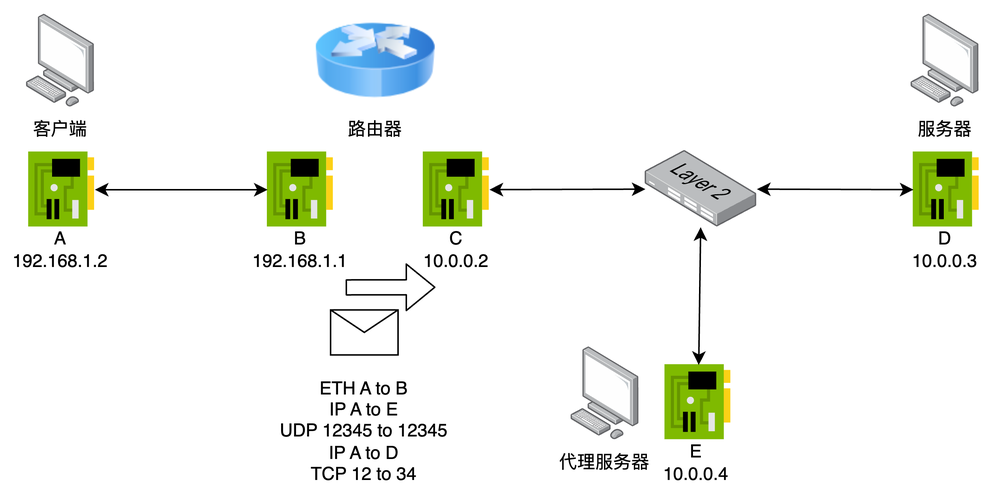
This is example_step6.png from N2Sys-EDU/Lab3-Documentation, a draw.io export, as it was before one commit. Source tidied: cells renumbered, new cells last; positions are measured from the earlier drawing's top-left corner, leaving out a move shared by most shapes. Its diagram source:
```xml
<mxGraphModel>
  <root>
    <mxCell id="0" />
    <mxCell id="1" parent="0" />
    <mxCell id="2" style="image;html=1;image=img/lib/clip_art/networking/Router_Icon_128x128.png;" parent="1" vertex="1">
      <mxGeometry x="210" y="0.1" width="80" height="80" as="geometry" />
    </mxCell>
    <mxCell id="3" style="html=1;align=center;shadow=0;dashed=0;image;image=img/lib/allied_telesis/computer_and_terminals/Personal_Computer.svg;" parent="1" vertex="1">
      <mxGeometry x="17.2" y="9.2" width="45.6" height="61.8" as="geometry" />
    </mxCell>
    <mxCell id="4" value="客户端" style="text;html=1;strokeColor=none;fillColor=none;align=center;verticalAlign=middle;whiteSpace=wrap;rounded=0;" parent="1" vertex="1">
      <mxGeometry y="71" width="80" height="30" as="geometry" />
    </mxCell>
    <mxCell id="5" style="sketch=0;html=1;points=[];align=center;image;fontSize=12;image=img/lib/mscae/NetworkInterfaceCard.svg;" parent="1" vertex="1">
      <mxGeometry x="178" y="101" width="44" height="50" as="geometry" />
    </mxCell>
    <mxCell id="6" style="sketch=0;html=1;points=[];align=center;image;fontSize=12;image=img/lib/mscae/NetworkInterfaceCard.svg;" parent="1" vertex="1">
      <mxGeometry x="18.8" y="101" width="44" height="50" as="geometry" />
    </mxCell>
    <mxCell id="7" value="A&lt;br&gt;192.168.1.2" style="text;html=1;strokeColor=none;fillColor=none;align=center;verticalAlign=middle;whiteSpace=wrap;rounded=0;" parent="1" vertex="1">
      <mxGeometry y="151" width="80" height="30" as="geometry" />
    </mxCell>
    <mxCell id="8" value="路由器" style="text;html=1;strokeColor=none;fillColor=none;align=center;verticalAlign=middle;whiteSpace=wrap;rounded=0;" parent="1" vertex="1">
      <mxGeometry x="210" y="71" width="80" height="30" as="geometry" />
    </mxCell>
    <mxCell id="9" value="B&lt;br&gt;192.168.1.1" style="text;html=1;strokeColor=none;fillColor=none;align=center;verticalAlign=middle;whiteSpace=wrap;rounded=0;" parent="1" vertex="1">
      <mxGeometry x="160" y="151" width="80" height="30" as="geometry" />
    </mxCell>
    <mxCell id="10" style="endArrow=classic;startArrow=classic;html=1;" parent="1" edge="1" source="6" target="5">
      <mxGeometry relative="1" as="geometry" />
    </mxCell>
    <mxCell id="11" style="sketch=0;html=1;points=[];align=center;image;fontSize=12;image=img/lib/mscae/NetworkInterfaceCard.svg;" parent="1" vertex="1">
      <mxGeometry x="282" y="101" width="44" height="50" as="geometry" />
    </mxCell>
    <mxCell id="12" value="C&lt;br&gt;10.0.0.2" style="text;html=1;strokeColor=none;fillColor=none;align=center;verticalAlign=middle;whiteSpace=wrap;rounded=0;" parent="1" vertex="1">
      <mxGeometry x="264" y="151" width="80" height="30" as="geometry" />
    </mxCell>
    <mxCell id="13" style="html=1;align=center;shadow=0;dashed=0;image;image=img/lib/allied_telesis/computer_and_terminals/Personal_Computer.svg;" parent="1" vertex="1">
      <mxGeometry x="607.2" y="9.2" width="45.6" height="61.8" as="geometry" />
    </mxCell>
    <mxCell id="14" value="服务器" style="text;html=1;strokeColor=none;fillColor=none;align=center;verticalAlign=middle;whiteSpace=wrap;rounded=0;" parent="1" vertex="1">
      <mxGeometry x="590" y="71" width="80" height="30" as="geometry" />
    </mxCell>
    <mxCell id="15" style="sketch=0;html=1;points=[];align=center;image;fontSize=12;image=img/lib/mscae/NetworkInterfaceCard.svg;" parent="1" vertex="1">
      <mxGeometry x="608.8" y="101" width="44" height="50" as="geometry" />
    </mxCell>
    <mxCell id="16" value="D&lt;br&gt;10.0.0.3" style="text;html=1;strokeColor=none;fillColor=none;align=center;verticalAlign=middle;whiteSpace=wrap;rounded=0;" parent="1" vertex="1">
      <mxGeometry x="590" y="151" width="80" height="30" as="geometry" />
    </mxCell>
    <mxCell id="17" style="endArrow=classic;startArrow=classic;html=1;" parent="1" edge="1" source="11" target="18">
      <mxGeometry relative="1" as="geometry" />
    </mxCell>
    <mxCell id="18" style="points=[];html=1;align=center;shadow=0;dashed=0;image;image=img/lib/allied_telesis/switch/Switch_24_port_L2.svg;" parent="1" vertex="1">
      <mxGeometry x="430" y="100" width="74.4" height="51" as="geometry" />
    </mxCell>
    <mxCell id="19" style="endArrow=classic;startArrow=classic;html=1;" parent="1" edge="1" source="18" target="15">
      <mxGeometry relative="1" as="geometry" />
    </mxCell>
    <mxCell id="20" style="html=1;align=center;shadow=0;dashed=0;image;image=img/lib/allied_telesis/computer_and_terminals/Personal_Computer.svg;" parent="1" vertex="1">
      <mxGeometry x="380.4" y="231" width="45.6" height="61.8" as="geometry" />
    </mxCell>
    <mxCell id="21" value="代理服务器" style="text;html=1;strokeColor=none;fillColor=none;align=center;verticalAlign=middle;whiteSpace=wrap;rounded=0;" parent="1" vertex="1">
      <mxGeometry x="363.2" y="292.8" width="80" height="30" as="geometry" />
    </mxCell>
    <mxCell id="22" style="sketch=0;html=1;points=[];align=center;image;fontSize=12;image=img/lib/mscae/NetworkInterfaceCard.svg;" parent="1" vertex="1">
      <mxGeometry x="443.2" y="242.8" width="44" height="50" as="geometry" />
    </mxCell>
    <mxCell id="23" value="E&lt;br&gt;10.0.0.4" style="text;html=1;strokeColor=none;fillColor=none;align=center;verticalAlign=middle;whiteSpace=wrap;rounded=0;" parent="1" vertex="1">
      <mxGeometry x="424.4" y="292.8" width="80" height="30" as="geometry" />
    </mxCell>
    <mxCell id="24" style="endArrow=classic;startArrow=classic;html=1;" parent="1" edge="1" source="18" target="22">
      <mxGeometry relative="1" as="geometry" />
    </mxCell>
    <mxCell id="25" style="shape=message;html=1;html=1;labelPosition=center;verticalLabelPosition=bottom;align=center;verticalAlign=top;" parent="1" vertex="1">
      <mxGeometry x="220" y="206.1" width="45" height="30" as="geometry" />
    </mxCell>
    <mxCell id="26" style="shape=flexArrow;endArrow=classic;html=1;" parent="1" edge="1">
      <mxGeometry relative="1" as="geometry">
        <mxPoint x="230" y="191.1" as="sourcePoint" />
        <mxPoint x="290" y="191" as="targetPoint" />
      </mxGeometry>
    </mxCell>
    <mxCell id="27" value="ETH A to B&lt;br&gt;IP A to E&lt;br&gt;UDP 12345 to 12345&lt;br&gt;IP A to D&lt;br&gt;TCP 12 to 34" style="text;html=1;strokeColor=none;fillColor=none;align=center;verticalAlign=middle;whiteSpace=wrap;rounded=0;" parent="1" vertex="1">
      <mxGeometry x="181.9" y="242.8" width="121.2" height="88.2" as="geometry" />
    </mxCell>
  </root>
</mxGraphModel>
```
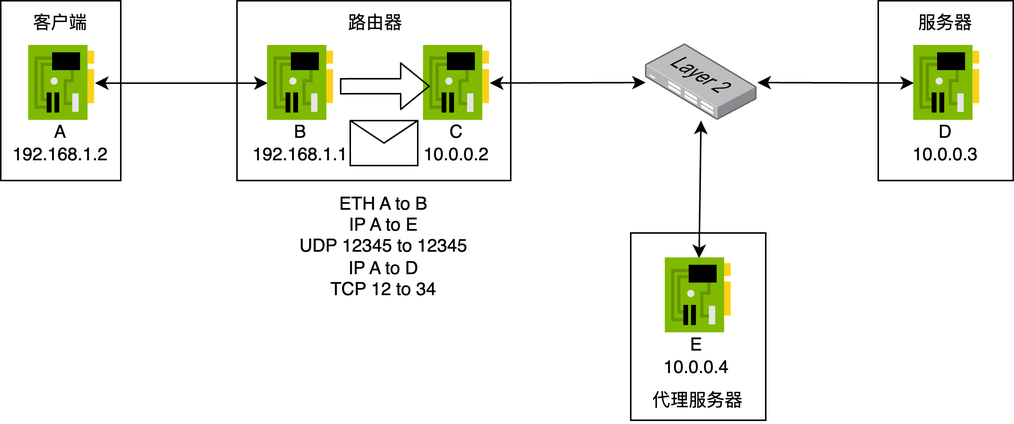
The same diagram one commit later.

What changed in the source:
```diff
@@ -2,21 +2,27 @@
   <root>
     <mxCell id="0" />
     <mxCell id="1" parent="0" />
-    <mxCell id="2" style="image;html=1;image=img/lib/clip_art/networking/Router_Icon_128x128.png;" parent="1" vertex="1">
-      <mxGeometry x="210" y="0.1" width="80" height="80" as="geometry" />
-    </mxCell>
-    <mxCell id="3" style="html=1;align=center;shadow=0;dashed=0;image;image=img/lib/allied_telesis/computer_and_terminals/Personal_Computer.svg;" parent="1" vertex="1">
-      <mxGeometry x="17.2" y="9.2" width="45.6" height="61.8" as="geometry" />
-    </mxCell>
+    <mxCell id="28" style="rounded=0;whiteSpace=wrap;html=1;" parent="1" vertex="1">
+      <mxGeometry x="585" y="71" width="90" height="120" as="geometry" />
+    </mxCell>
+    <mxCell id="29" style="rounded=0;whiteSpace=wrap;html=1;" parent="1" vertex="1">
+      <mxGeometry x="420" y="226" width="90" height="125" as="geometry" />
+    </mxCell>
+    <mxCell id="30" style="rounded=0;whiteSpace=wrap;html=1;" parent="1" vertex="1">
+      <mxGeometry x="157.5" y="71" width="182.5" height="120" as="geometry" />
+    </mxCell>
+    <mxCell id="31" style="rounded=0;whiteSpace=wrap;html=1;" parent="1" vertex="1">
+      <mxGeometry y="71" width="80" height="120" as="geometry" />
+    </mxCell>
     <mxCell id="4" value="客户端" style="text;html=1;strokeColor=none;fillColor=none;align=center;verticalAlign=middle;whiteSpace=wrap;rounded=0;" parent="1" vertex="1">
       <mxGeometry y="71" width="80" height="30" as="geometry" />
     </mxCell>
-    <mxCell id="5" style="sketch=0;html=1;points=[];align=center;image;fontSize=12;image=img/lib/mscae/NetworkInterfaceCard.svg;" parent="1" vertex="1">
-      <mxGeometry x="178" y="101" width="44" height="50" as="geometry" />
-    </mxCell>
-    <mxCell id="6" style="sketch=0;html=1;points=[];align=center;image;fontSize=12;image=img/lib/mscae/NetworkInterfaceCard.svg;" parent="1" vertex="1">
-      <mxGeometry x="18.8" y="101" width="44" height="50" as="geometry" />
-    </mxCell>
+    <mxCell id="32" style="sketch=0;html=1;points=[];align=center;image;fontSize=12;image=img/lib/mscae/NetworkInterfaceCard.svg;" parent="1" vertex="1">
+      <mxGeometry x="178" y="101" width="44" height="50" as="geometry" />
+    </mxCell>
+    <mxCell id="33" style="sketch=0;html=1;points=[];align=center;image;fontSize=12;image=img/lib/mscae/NetworkInterfaceCard.svg;" parent="1" vertex="1">
+      <mxGeometry x="18.8" y="101" width="44" height="50" as="geometry" />
+    </mxCell>
     <mxCell id="7" value="A&lt;br&gt;192.168.1.2" style="text;html=1;strokeColor=none;fillColor=none;align=center;verticalAlign=middle;whiteSpace=wrap;rounded=0;" parent="1" vertex="1">
       <mxGeometry y="151" width="80" height="30" as="geometry" />
     </mxCell>
@@ -26,62 +32,56 @@
     <mxCell id="9" value="B&lt;br&gt;192.168.1.1" style="text;html=1;strokeColor=none;fillColor=none;align=center;verticalAlign=middle;whiteSpace=wrap;rounded=0;" parent="1" vertex="1">
       <mxGeometry x="160" y="151" width="80" height="30" as="geometry" />
     </mxCell>
-    <mxCell id="10" style="endArrow=classic;startArrow=classic;html=1;" parent="1" edge="1" source="6" target="5">
-      <mxGeometry relative="1" as="geometry" />
-    </mxCell>
-    <mxCell id="11" style="sketch=0;html=1;points=[];align=center;image;fontSize=12;image=img/lib/mscae/NetworkInterfaceCard.svg;" parent="1" vertex="1">
-      <mxGeometry x="282" y="101" width="44" height="50" as="geometry" />
-    </mxCell>
+    <mxCell id="34" style="endArrow=classic;startArrow=classic;html=1;" parent="1" edge="1" source="33" target="32">
+      <mxGeometry relative="1" as="geometry" />
+    </mxCell>
+    <mxCell id="35" style="sketch=0;html=1;points=[];align=center;image;fontSize=12;image=img/lib/mscae/NetworkInterfaceCard.svg;" parent="1" vertex="1">
+      <mxGeometry x="282" y="101" width="44" height="50" as="geometry" />
+    </mxCell>
     <mxCell id="12" value="C&lt;br&gt;10.0.0.2" style="text;html=1;strokeColor=none;fillColor=none;align=center;verticalAlign=middle;whiteSpace=wrap;rounded=0;" parent="1" vertex="1">
       <mxGeometry x="264" y="151" width="80" height="30" as="geometry" />
     </mxCell>
-    <mxCell id="13" style="html=1;align=center;shadow=0;dashed=0;image;image=img/lib/allied_telesis/computer_and_terminals/Personal_Computer.svg;" parent="1" vertex="1">
-      <mxGeometry x="607.2" y="9.2" width="45.6" height="61.8" as="geometry" />
-    </mxCell>
     <mxCell id="14" value="服务器" style="text;html=1;strokeColor=none;fillColor=none;align=center;verticalAlign=middle;whiteSpace=wrap;rounded=0;" parent="1" vertex="1">
       <mxGeometry x="590" y="71" width="80" height="30" as="geometry" />
     </mxCell>
-    <mxCell id="15" style="sketch=0;html=1;points=[];align=center;image;fontSize=12;image=img/lib/mscae/NetworkInterfaceCard.svg;" parent="1" vertex="1">
-      <mxGeometry x="608.8" y="101" width="44" height="50" as="geometry" />
-    </mxCell>
+    <mxCell id="36" style="sketch=0;html=1;points=[];align=center;image;fontSize=12;image=img/lib/mscae/NetworkInterfaceCard.svg;" parent="1" vertex="1">
+      <mxGeometry x="608.8" y="101" width="44" height="50" as="geometry" />
+    </mxCell>
     <mxCell id="16" value="D&lt;br&gt;10.0.0.3" style="text;html=1;strokeColor=none;fillColor=none;align=center;verticalAlign=middle;whiteSpace=wrap;rounded=0;" parent="1" vertex="1">
       <mxGeometry x="590" y="151" width="80" height="30" as="geometry" />
     </mxCell>
-    <mxCell id="17" style="endArrow=classic;startArrow=classic;html=1;" parent="1" edge="1" source="11" target="18">
-      <mxGeometry relative="1" as="geometry" />
-    </mxCell>
-    <mxCell id="18" style="points=[];html=1;align=center;shadow=0;dashed=0;image;image=img/lib/allied_telesis/switch/Switch_24_port_L2.svg;" parent="1" vertex="1">
-      <mxGeometry x="430" y="100" width="74.4" height="51" as="geometry" />
-    </mxCell>
-    <mxCell id="19" style="endArrow=classic;startArrow=classic;html=1;" parent="1" edge="1" source="18" target="15">
-      <mxGeometry relative="1" as="geometry" />
-    </mxCell>
-    <mxCell id="20" style="html=1;align=center;shadow=0;dashed=0;image;image=img/lib/allied_telesis/computer_and_terminals/Personal_Computer.svg;" parent="1" vertex="1">
-      <mxGeometry x="380.4" y="231" width="45.6" height="61.8" as="geometry" />
-    </mxCell>
+    <mxCell id="37" style="endArrow=classic;startArrow=classic;html=1;" parent="1" edge="1" source="35" target="38">
+      <mxGeometry relative="1" as="geometry" />
+    </mxCell>
+    <mxCell id="38" style="points=[];html=1;align=center;shadow=0;dashed=0;image;image=img/lib/allied_telesis/switch/Switch_24_port_L2.svg;" parent="1" vertex="1">
+      <mxGeometry x="430" y="100" width="74.4" height="51" as="geometry" />
+    </mxCell>
+    <mxCell id="39" style="endArrow=classic;startArrow=classic;html=1;" parent="1" edge="1" source="38" target="36">
+      <mxGeometry relative="1" as="geometry" />
+    </mxCell>
     <mxCell id="21" value="代理服务器" style="text;html=1;strokeColor=none;fillColor=none;align=center;verticalAlign=middle;whiteSpace=wrap;rounded=0;" parent="1" vertex="1">
-      <mxGeometry x="363.2" y="292.8" width="80" height="30" as="geometry" />
+      <mxGeometry x="425.2" y="322.8" width="80" height="30" as="geometry" />
     </mxCell>
-    <mxCell id="22" style="sketch=0;html=1;points=[];align=center;image;fontSize=12;image=img/lib/mscae/NetworkInterfaceCard.svg;" parent="1" vertex="1">
-      <mxGeometry x="443.2" y="242.8" width="44" height="50" as="geometry" />
-    </mxCell>
+    <mxCell id="40" style="sketch=0;html=1;points=[];align=center;image;fontSize=12;image=img/lib/mscae/NetworkInterfaceCard.svg;" parent="1" vertex="1">
+      <mxGeometry x="443.2" y="242.8" width="44" height="50" as="geometry" />
+    </mxCell>
     <mxCell id="23" value="E&lt;br&gt;10.0.0.4" style="text;html=1;strokeColor=none;fillColor=none;align=center;verticalAlign=middle;whiteSpace=wrap;rounded=0;" parent="1" vertex="1">
       <mxGeometry x="424.4" y="292.8" width="80" height="30" as="geometry" />
     </mxCell>
-    <mxCell id="24" style="endArrow=classic;startArrow=classic;html=1;" parent="1" edge="1" source="18" target="22">
-      <mxGeometry relative="1" as="geometry" />
-    </mxCell>
+    <mxCell id="41" style="endArrow=classic;startArrow=classic;html=1;" parent="1" edge="1" source="38" target="40">
+      <mxGeometry relative="1" as="geometry" />
+    </mxCell>
     <mxCell id="25" style="shape=message;html=1;html=1;labelPosition=center;verticalLabelPosition=bottom;align=center;verticalAlign=top;" parent="1" vertex="1">
-      <mxGeometry x="220" y="206.1" width="45" height="30" as="geometry" />
+      <mxGeometry x="233" y="151" width="45" height="30" as="geometry" />
     </mxCell>
     <mxCell id="26" style="shape=flexArrow;endArrow=classic;html=1;" parent="1" edge="1">
       <mxGeometry relative="1" as="geometry">
-        <mxPoint x="230" y="191.1" as="sourcePoint" />
-        <mxPoint x="290" y="191" as="targetPoint" />
+        <mxPoint x="226.1" y="128.1" as="sourcePoint" />
+        <mxPoint x="286.1" y="128" as="targetPoint" />
       </mxGeometry>
     </mxCell>
     <mxCell id="27" value="ETH A to B&lt;br&gt;IP A to E&lt;br&gt;UDP 12345 to 12345&lt;br&gt;IP A to D&lt;br&gt;TCP 12 to 34" style="text;html=1;strokeColor=none;fillColor=none;align=center;verticalAlign=middle;whiteSpace=wrap;rounded=0;" parent="1" vertex="1">
-      <mxGeometry x="181.9" y="242.8" width="121.2" height="88.2" as="geometry" />
+      <mxGeometry x="194.9" y="191" width="121.2" height="88.2" as="geometry" />
     </mxCell>
   </root>
 </mxGraphModel>
```
